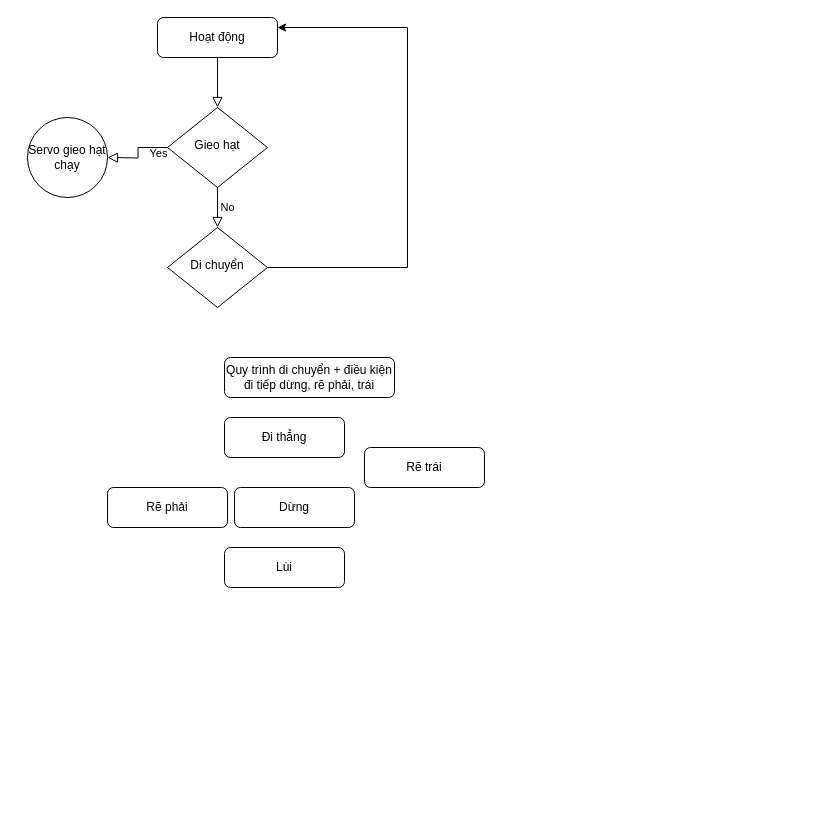
huyca0403/Tran-Duc-Huy keeps this draw.io diagram as VSAR.drawio. Above is the earlier version. Source tidied: cells renumbered, new cells numbered last; positions are measured from the earlier drawing's top-left corner, leaving out a move shared by most shapes. Both pictures are drawn from the tidied source at 100%, with x=0, y=0 at pixel (27, 17).
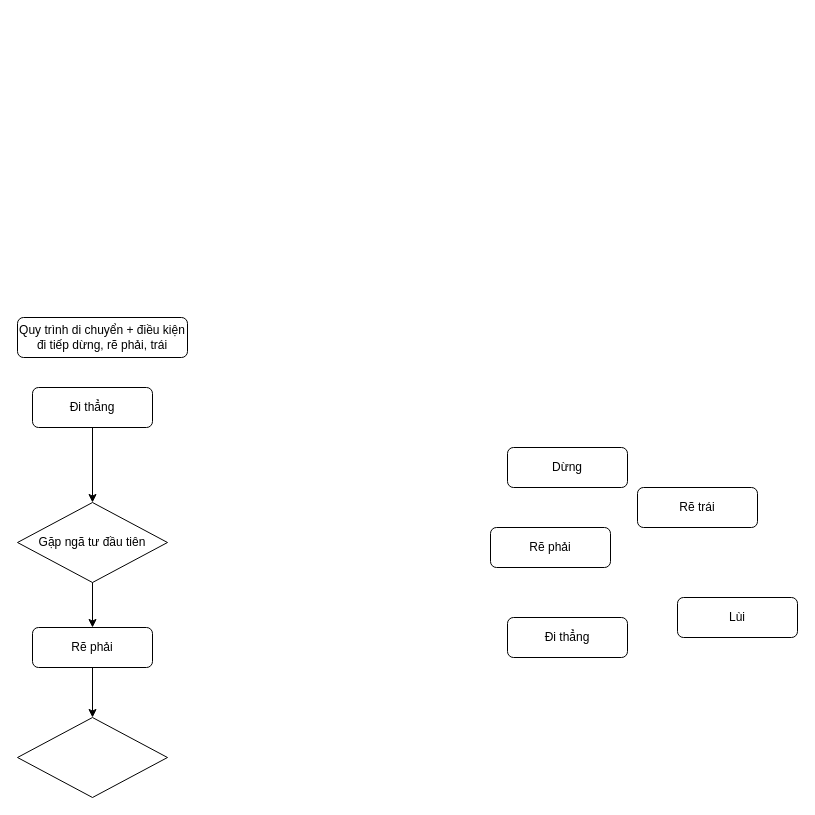
The same diagram, later.

Commit message (it also covers changes not shown here):
Cập nhật VSAR.drawio

What changed in the source:
```diff
@@
 <mxGraphModel>
   <root>
     <mxCell id="0" />
     <mxCell id="1" parent="0" />
-    <mxCell id="2" style="rounded=0;html=1;jettySize=auto;fontSize=11;endArrow=block;endFill=0;endSize=8;strokeWidth=1;shadow=0;labelBackgroundColor=none;edgeStyle=orthogonalEdgeStyle;" parent="1" edge="1" source="3" target="6">
-      <mxGeometry relative="1" as="geometry" />
-    </mxCell>
-    <mxCell id="3" value="Hoạt động" style="rounded=1;whiteSpace=wrap;html=1;fontSize=12;glass=0;strokeWidth=1;shadow=0;" parent="1" vertex="1">
-      <mxGeometry x="130" width="120" height="40" as="geometry" />
-    </mxCell>
-    <mxCell id="4" value="Yes" style="rounded=0;html=1;jettySize=auto;fontSize=11;endArrow=block;endFill=0;endSize=8;strokeWidth=1;shadow=0;labelBackgroundColor=none;edgeStyle=orthogonalEdgeStyle;" parent="1" edge="1" source="6">
-      <mxGeometry y="20" relative="1" as="geometry">
-        <mxPoint x="80" y="140" as="targetPoint" />
-      </mxGeometry>
-    </mxCell>
-    <mxCell id="5" value="No" style="edgeStyle=orthogonalEdgeStyle;rounded=0;html=1;jettySize=auto;fontSize=11;endArrow=block;endFill=0;endSize=8;strokeWidth=1;shadow=0;labelBackgroundColor=none;" parent="1" edge="1" source="6" target="8">
-      <mxGeometry y="10" relative="1" as="geometry" />
-    </mxCell>
-    <mxCell id="6" value="Gieo hạt" style="rhombus;whiteSpace=wrap;html=1;shadow=0;fontFamily=Helvetica;fontSize=12;align=center;strokeWidth=1;spacing=6;spacingTop=-4;" parent="1" vertex="1">
-      <mxGeometry x="140" y="90" width="100" height="80" as="geometry" />
-    </mxCell>
-    <mxCell id="7" style="edgeStyle=orthogonalEdgeStyle;rounded=0;jettySize=auto;html=1;entryX=1;entryY=0.25;entryDx=0;entryDy=0;" parent="1" edge="1" source="8" target="3">
-      <mxGeometry relative="1" as="geometry">
-        <Array as="points">
-          <mxPoint x="380" y="250" />
-          <mxPoint x="380" y="10" />
-        </Array>
-      </mxGeometry>
-    </mxCell>
-    <mxCell id="8" value="Di chuyển" style="rhombus;whiteSpace=wrap;html=1;shadow=0;fontFamily=Helvetica;fontSize=12;align=center;strokeWidth=1;spacing=6;spacingTop=-4;" parent="1" vertex="1">
-      <mxGeometry x="140" y="210" width="100" height="80" as="geometry" />
-    </mxCell>
-    <mxCell id="9" value="Servo gieo hạt chạy" style="ellipse;whiteSpace=wrap;html=1;" parent="1" vertex="1">
-      <mxGeometry y="100" width="80" height="80" as="geometry" />
-    </mxCell>
     <mxCell id="10" value="Quy trình di chuyển + điều kiện đi tiếp dừng, rẽ phải, trái" style="rounded=1;whiteSpace=wrap;html=1;" parent="1" vertex="1">
-      <mxGeometry x="197" y="340" width="170" height="40" as="geometry" />
+      <mxGeometry x="-10" y="300" width="170" height="40" as="geometry" />
     </mxCell>
     <mxCell id="11" value="Đi thẳng" style="rounded=1;whiteSpace=wrap;html=1;" parent="1" vertex="1">
-      <mxGeometry x="197" y="400" width="120" height="40" as="geometry" />
+      <mxGeometry x="480" y="600" width="120" height="40" as="geometry" />
     </mxCell>
     <mxCell id="12" value="Rẽ phải" style="rounded=1;whiteSpace=wrap;html=1;" parent="1" vertex="1">
-      <mxGeometry x="80" y="470" width="120" height="40" as="geometry" />
+      <mxGeometry x="463" y="510" width="120" height="40" as="geometry" />
     </mxCell>
     <mxCell id="13" value="Rẽ trái" style="rounded=1;whiteSpace=wrap;html=1;" parent="1" vertex="1">
-      <mxGeometry x="337" y="430" width="120" height="40" as="geometry" />
+      <mxGeometry x="610" y="470" width="120" height="40" as="geometry" />
     </mxCell>
     <mxCell id="14" value="Lùi" style="rounded=1;whiteSpace=wrap;html=1;" parent="1" vertex="1">
-      <mxGeometry x="197" y="530" width="120" height="40" as="geometry" />
+      <mxGeometry x="650" y="580" width="120" height="40" as="geometry" />
     </mxCell>
     <mxCell id="15" value="Dừng" style="rounded=1;whiteSpace=wrap;html=1;" parent="1" vertex="1">
-      <mxGeometry x="207" y="470" width="120" height="40" as="geometry" />
+      <mxGeometry x="480" y="430" width="120" height="40" as="geometry" />
     </mxCell>
+    <mxCell id="16" value="Đi thẳng" style="rounded=1;whiteSpace=wrap;html=1;" parent="1" vertex="1">
+      <mxGeometry x="5" y="370" width="120" height="40" as="geometry" />
+    </mxCell>
+    <mxCell id="17" value="Gặp ngã tư đầu tiên" style="rhombus;whiteSpace=wrap;html=1;" parent="1" vertex="1">
+      <mxGeometry x="-10" y="485" width="150" height="80" as="geometry" />
+    </mxCell>
+    <mxCell id="18" style="edgeStyle=orthogonalEdgeStyle;rounded=0;jettySize=auto;html=1;" parent="1" edge="1" source="19" target="22">
+      <mxGeometry relative="1" as="geometry" />
+    </mxCell>
+    <mxCell id="19" value="Rẽ phải" style="rounded=1;whiteSpace=wrap;html=1;" parent="1" vertex="1">
+      <mxGeometry x="5" y="610" width="120" height="40" as="geometry" />
+    </mxCell>
+    <mxCell id="20" style="endArrow=classic;html=1;rounded=0;" parent="1" edge="1" source="16" target="17">
+      <mxGeometry relative="1" as="geometry" />
+    </mxCell>
+    <mxCell id="21" style="endArrow=classic;html=1;rounded=0;" parent="1" edge="1" source="17" target="19">
+      <mxGeometry relative="1" as="geometry" />
+    </mxCell>
+    <mxCell id="22" style="rhombus;whiteSpace=wrap;html=1;" parent="1" vertex="1">
+      <mxGeometry x="-10" y="700" width="150" height="80" as="geometry" />
+    </mxCell>
   </root>
 </mxGraphModel>
```
